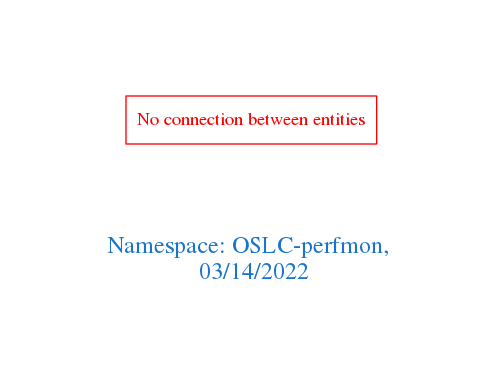
Before: downloads/OSLC-perfmon.png, a diagram exported from Graphviz (arago/OGIT). Its source is kept beside it as downloads/OSLC-perfmon.dot.
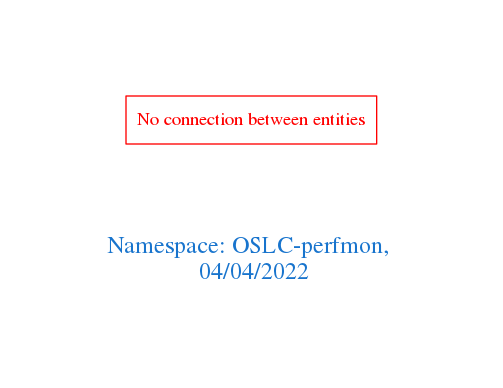
After the commit.

The edit, as a diff of the source:
```diff
@@ -1,7 +1,7 @@
 digraph OGIT_ontology {
  graph [ rankdir= LR,pad=1
 fontsize = 18,
-fontcolor= dodgerblue3,label = "\n\n\nNamespace: OSLC-perfmon, \n 03/14/2022"];
+fontcolor= dodgerblue3,label = "\n\n\nNamespace: OSLC-perfmon, \n 04/04/2022"];
 node[shape=polygon];
 edge [  color="gray81"];
 
```
